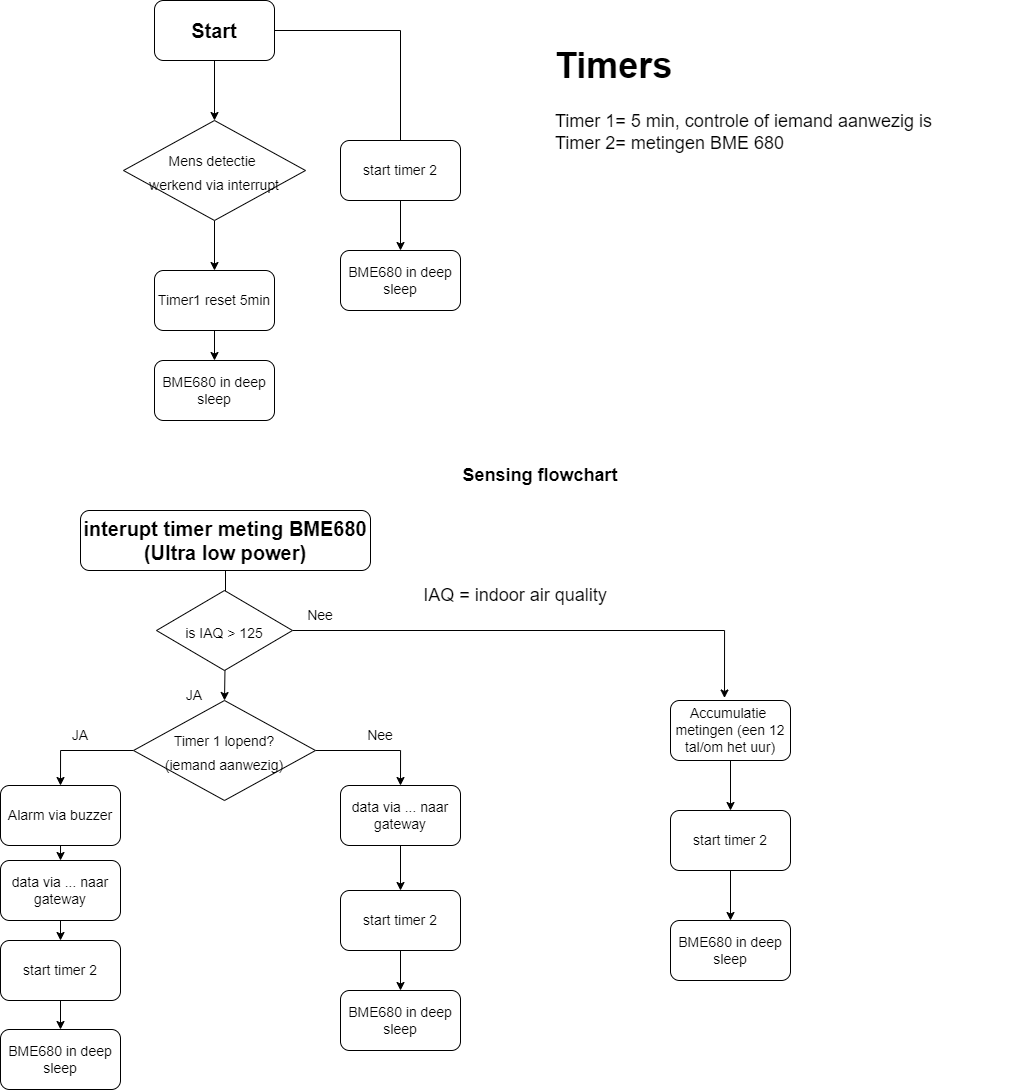
Earlier version of the draw.io export Untitled Diagram.drawio.png (IOT-Clean-Air/verslag). Source tidied: cells renumbered, new cells last; positions are measured from the earlier drawing's top-left corner, leaving out a move shared by most shapes.
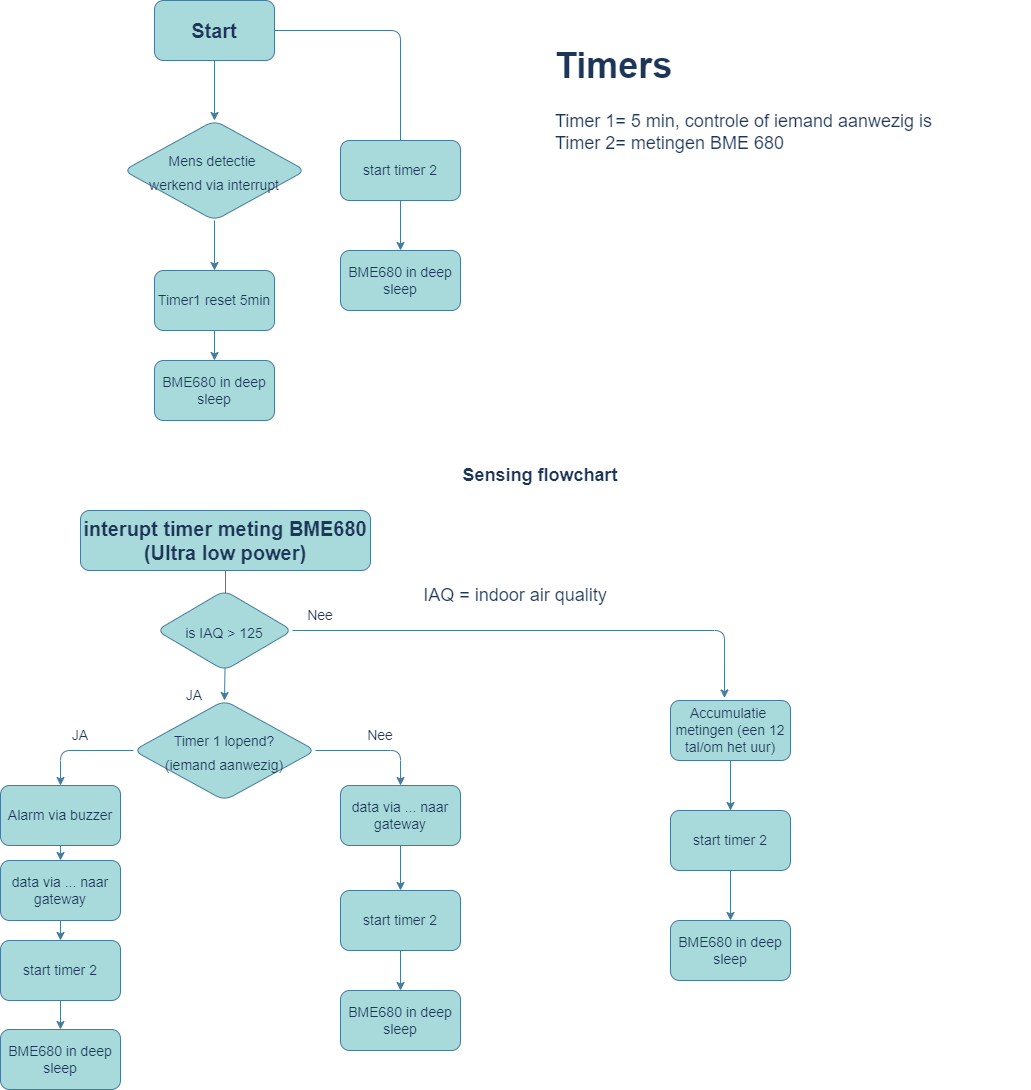
After the change.

Diff of the diagram source:
```diff
@@ -1,11 +1,11 @@
-<mxGraphModel>
+<mxGraphModel background="#FFFFFF">
   <root>
     <mxCell id="0" />
     <mxCell id="1" parent="0" />
-    <mxCell id="2" style="edgeStyle=orthogonalEdgeStyle;rounded=0;jettySize=auto;html=1;entryX=0.5;entryY=0;entryDx=0;entryDy=0;fontSize=14;" parent="1" edge="1" source="4" target="6">
+    <mxCell id="2" style="edgeStyle=orthogonalEdgeStyle;rounded=1;jettySize=auto;html=1;entryX=0.5;entryY=0;entryDx=0;entryDy=0;fontSize=14;labelBackgroundColor=#F1FAEE;strokeColor=#457B9D;fontColor=#1D3557;" parent="1" edge="1" source="4" target="6">
       <mxGeometry relative="1" as="geometry" />
     </mxCell>
-    <mxCell id="3" style="edgeStyle=none;rounded=0;jettySize=auto;html=1;" parent="1" edge="1" source="4">
+    <mxCell id="3" style="edgeStyle=none;rounded=1;jettySize=auto;html=1;labelBackgroundColor=#F1FAEE;strokeColor=#457B9D;fontColor=#1D3557;" parent="1" edge="1" source="4">
       <mxGeometry relative="1" as="geometry">
         <mxPoint x="400" y="190" as="targetPoint" />
         <Array as="points">
@@ -13,34 +13,34 @@
         </Array>
       </mxGeometry>
     </mxCell>
-    <mxCell id="4" value="&lt;b&gt;&lt;font style=&quot;font-size: 20px&quot;&gt;Start&lt;/font&gt;&lt;/b&gt;" style="rounded=1;whiteSpace=wrap;html=1;" parent="1" vertex="1">
+    <mxCell id="4" value="&lt;b&gt;&lt;font style=&quot;font-size: 20px&quot;&gt;Start&lt;/font&gt;&lt;/b&gt;" style="rounded=1;whiteSpace=wrap;html=1;fillColor=#A8DADC;strokeColor=#457B9D;fontColor=#1D3557;" parent="1" vertex="1">
       <mxGeometry x="154" width="120" height="60" as="geometry" />
     </mxCell>
-    <mxCell id="5" style="edgeStyle=orthogonalEdgeStyle;rounded=0;jettySize=auto;html=1;entryX=0.5;entryY=0;entryDx=0;entryDy=0;fontSize=14;" parent="1" edge="1" source="6" target="8">
+    <mxCell id="5" style="edgeStyle=orthogonalEdgeStyle;rounded=1;jettySize=auto;html=1;entryX=0.5;entryY=0;entryDx=0;entryDy=0;fontSize=14;labelBackgroundColor=#F1FAEE;strokeColor=#457B9D;fontColor=#1D3557;" parent="1" edge="1" source="6" target="8">
       <mxGeometry relative="1" as="geometry" />
     </mxCell>
-    <mxCell id="6" value="&lt;font style=&quot;font-size: 14px&quot;&gt;Mens detectie &lt;br&gt;werkend via interrupt&lt;/font&gt;" style="rhombus;whiteSpace=wrap;html=1;fontSize=20;" parent="1" vertex="1">
+    <mxCell id="6" value="&lt;font style=&quot;font-size: 14px&quot;&gt;Mens detectie &lt;br&gt;werkend via interrupt&lt;/font&gt;" style="rhombus;whiteSpace=wrap;html=1;fontSize=20;rounded=1;fillColor=#A8DADC;strokeColor=#457B9D;fontColor=#1D3557;" parent="1" vertex="1">
       <mxGeometry x="123" y="120" width="182" height="100" as="geometry" />
     </mxCell>
-    <mxCell id="7" style="edgeStyle=none;rounded=0;jettySize=auto;html=1;" parent="1" edge="1" source="8" target="37">
+    <mxCell id="7" style="edgeStyle=none;rounded=1;jettySize=auto;html=1;labelBackgroundColor=#F1FAEE;strokeColor=#457B9D;fontColor=#1D3557;" parent="1" edge="1" source="8" target="37">
       <mxGeometry relative="1" as="geometry" />
     </mxCell>
-    <mxCell id="8" value="Timer1 reset 5min" style="rounded=1;whiteSpace=wrap;html=1;fontSize=14;" parent="1" vertex="1">
+    <mxCell id="8" value="Timer1 reset 5min" style="rounded=1;whiteSpace=wrap;html=1;fontSize=14;fillColor=#A8DADC;strokeColor=#457B9D;fontColor=#1D3557;" parent="1" vertex="1">
       <mxGeometry x="154" y="270" width="120" height="60" as="geometry" />
     </mxCell>
-    <mxCell id="9" value="BME680 in deep sleep" style="rounded=1;whiteSpace=wrap;html=1;fontSize=14;" parent="1" vertex="1">
+    <mxCell id="9" value="BME680 in deep sleep" style="rounded=1;whiteSpace=wrap;html=1;fontSize=14;fillColor=#A8DADC;strokeColor=#457B9D;fontColor=#1D3557;" parent="1" vertex="1">
       <mxGeometry y="1029" width="120" height="60" as="geometry" />
     </mxCell>
-    <mxCell id="10" value="&lt;b&gt;&lt;font style=&quot;font-size: 18px&quot;&gt;Sensing flowchart&lt;/font&gt;&lt;/b&gt;" style="text;html=1;strokeColor=none;fillColor=none;align=center;verticalAlign=middle;whiteSpace=wrap;rounded=0;fontSize=14;" parent="1" vertex="1">
+    <mxCell id="10" value="&lt;b&gt;&lt;font style=&quot;font-size: 18px&quot;&gt;Sensing flowchart&lt;/font&gt;&lt;/b&gt;" style="text;html=1;strokeColor=none;fillColor=none;align=center;verticalAlign=middle;whiteSpace=wrap;rounded=1;fontSize=14;fontColor=#1D3557;" parent="1" vertex="1">
       <mxGeometry x="430" y="460" width="220" height="30" as="geometry" />
     </mxCell>
-    <mxCell id="11" style="edgeStyle=orthogonalEdgeStyle;rounded=0;jettySize=auto;html=1;entryX=0.5;entryY=0;entryDx=0;entryDy=0;fontSize=18;" parent="1" edge="1" source="12" target="15">
+    <mxCell id="11" style="edgeStyle=orthogonalEdgeStyle;rounded=1;jettySize=auto;html=1;entryX=0.5;entryY=0;entryDx=0;entryDy=0;fontSize=18;labelBackgroundColor=#F1FAEE;strokeColor=#457B9D;fontColor=#1D3557;" parent="1" edge="1" source="12" target="15">
       <mxGeometry relative="1" as="geometry" />
     </mxCell>
-    <mxCell id="12" value="&lt;b&gt;&lt;font style=&quot;font-size: 20px&quot;&gt;interupt timer meting BME680 (Ultra low power)&lt;br&gt;&lt;/font&gt;&lt;/b&gt;" style="rounded=1;whiteSpace=wrap;html=1;" parent="1" vertex="1">
+    <mxCell id="12" value="&lt;b&gt;&lt;font style=&quot;font-size: 20px&quot;&gt;interupt timer meting BME680 (Ultra low power)&lt;br&gt;&lt;/font&gt;&lt;/b&gt;" style="rounded=1;whiteSpace=wrap;html=1;fillColor=#A8DADC;strokeColor=#457B9D;fontColor=#1D3557;" parent="1" vertex="1">
       <mxGeometry x="80" y="510" width="290" height="60" as="geometry" />
     </mxCell>
-    <mxCell id="13" style="edgeStyle=orthogonalEdgeStyle;rounded=0;jettySize=auto;html=1;entryX=0.5;entryY=0;entryDx=0;entryDy=0;fontSize=14;" parent="1" edge="1" source="15">
+    <mxCell id="13" style="edgeStyle=orthogonalEdgeStyle;rounded=1;jettySize=auto;html=1;entryX=0.5;entryY=0;entryDx=0;entryDy=0;fontSize=14;labelBackgroundColor=#F1FAEE;strokeColor=#457B9D;fontColor=#1D3557;" parent="1" edge="1" source="15">
       <mxGeometry relative="1" as="geometry">
         <mxPoint x="60" y="785" as="targetPoint" />
         <Array as="points">
@@ -48,98 +48,98 @@
         </Array>
       </mxGeometry>
     </mxCell>
-    <mxCell id="14" style="edgeStyle=orthogonalEdgeStyle;rounded=0;jettySize=auto;html=1;entryX=0.5;entryY=0;entryDx=0;entryDy=0;fontSize=18;" parent="1" edge="1" source="15" target="26">
+    <mxCell id="14" style="edgeStyle=orthogonalEdgeStyle;rounded=1;jettySize=auto;html=1;entryX=0.5;entryY=0;entryDx=0;entryDy=0;fontSize=18;labelBackgroundColor=#F1FAEE;strokeColor=#457B9D;fontColor=#1D3557;" parent="1" edge="1" source="15" target="26">
       <mxGeometry relative="1" as="geometry" />
     </mxCell>
-    <mxCell id="15" value="&lt;font style=&quot;font-size: 14px&quot;&gt;Timer 1 lopend?&lt;br&gt;(iemand aanwezig)&lt;br&gt;&lt;/font&gt;" style="rhombus;whiteSpace=wrap;html=1;fontSize=20;" parent="1" vertex="1">
+    <mxCell id="15" value="&lt;font style=&quot;font-size: 14px&quot;&gt;Timer 1 lopend?&lt;br&gt;(iemand aanwezig)&lt;br&gt;&lt;/font&gt;" style="rhombus;whiteSpace=wrap;html=1;fontSize=20;rounded=1;fillColor=#A8DADC;strokeColor=#457B9D;fontColor=#1D3557;" parent="1" vertex="1">
       <mxGeometry x="133" y="700" width="182" height="100" as="geometry" />
     </mxCell>
-    <mxCell id="16" style="edgeStyle=none;rounded=0;jettySize=auto;html=1;exitX=0.5;exitY=1;exitDx=0;exitDy=0;entryX=0.5;entryY=0;entryDx=0;entryDy=0;" parent="1" edge="1" source="17" target="43">
+    <mxCell id="16" style="edgeStyle=none;rounded=1;jettySize=auto;html=1;exitX=0.5;exitY=1;exitDx=0;exitDy=0;entryX=0.5;entryY=0;entryDx=0;entryDy=0;labelBackgroundColor=#F1FAEE;strokeColor=#457B9D;fontColor=#1D3557;" parent="1" edge="1" source="17" target="43">
       <mxGeometry relative="1" as="geometry" />
     </mxCell>
-    <mxCell id="17" value="data via ... naar gateway" style="rounded=1;whiteSpace=wrap;html=1;fontSize=14;" parent="1" vertex="1">
+    <mxCell id="17" value="data via ... naar gateway" style="rounded=1;whiteSpace=wrap;html=1;fontSize=14;fillColor=#A8DADC;strokeColor=#457B9D;fontColor=#1D3557;" parent="1" vertex="1">
       <mxGeometry y="860" width="120" height="60" as="geometry" />
     </mxCell>
-    <mxCell id="18" value="JA" style="text;html=1;strokeColor=none;fillColor=none;align=center;verticalAlign=middle;whiteSpace=wrap;rounded=0;fontSize=14;" parent="1" vertex="1">
+    <mxCell id="18" value="JA" style="text;html=1;strokeColor=none;fillColor=none;align=center;verticalAlign=middle;whiteSpace=wrap;rounded=1;fontSize=14;fontColor=#1D3557;" parent="1" vertex="1">
       <mxGeometry x="50" y="720" width="60" height="30" as="geometry" />
     </mxCell>
-    <mxCell id="19" value="Nee" style="text;html=1;strokeColor=none;fillColor=none;align=center;verticalAlign=middle;whiteSpace=wrap;rounded=0;fontSize=14;" parent="1" vertex="1">
+    <mxCell id="19" value="Nee" style="text;html=1;strokeColor=none;fillColor=none;align=center;verticalAlign=middle;whiteSpace=wrap;rounded=1;fontSize=14;fontColor=#1D3557;" parent="1" vertex="1">
       <mxGeometry x="350" y="720" width="60" height="30" as="geometry" />
     </mxCell>
-    <mxCell id="20" style="edgeStyle=orthogonalEdgeStyle;rounded=0;jettySize=auto;html=1;entryX=0.5;entryY=0;entryDx=0;entryDy=0;fontSize=14;" parent="1" edge="1" target="17">
+    <mxCell id="20" style="edgeStyle=orthogonalEdgeStyle;rounded=1;jettySize=auto;html=1;entryX=0.5;entryY=0;entryDx=0;entryDy=0;fontSize=14;labelBackgroundColor=#F1FAEE;strokeColor=#457B9D;fontColor=#1D3557;" parent="1" edge="1" target="17">
       <mxGeometry relative="1" as="geometry">
         <mxPoint x="60" y="845" as="sourcePoint" />
       </mxGeometry>
     </mxCell>
-    <mxCell id="21" style="edgeStyle=orthogonalEdgeStyle;rounded=0;jettySize=auto;html=1;entryX=0.5;entryY=0;entryDx=0;entryDy=0;fontSize=18;" parent="1" edge="1" source="22">
+    <mxCell id="21" style="edgeStyle=orthogonalEdgeStyle;rounded=1;jettySize=auto;html=1;entryX=0.5;entryY=0;entryDx=0;entryDy=0;fontSize=18;labelBackgroundColor=#F1FAEE;strokeColor=#457B9D;fontColor=#1D3557;" parent="1" edge="1" source="22">
       <mxGeometry relative="1" as="geometry">
         <mxPoint x="724" y="697.5" as="targetPoint" />
       </mxGeometry>
     </mxCell>
-    <mxCell id="22" value="&lt;font style=&quot;font-size: 14px&quot;&gt;is IAQ &amp;gt; 125&lt;/font&gt;" style="rhombus;whiteSpace=wrap;html=1;fontSize=20;" parent="1" vertex="1">
+    <mxCell id="22" value="&lt;font style=&quot;font-size: 14px&quot;&gt;is IAQ &amp;gt; 125&lt;/font&gt;" style="rhombus;whiteSpace=wrap;html=1;fontSize=20;rounded=1;fillColor=#A8DADC;strokeColor=#457B9D;fontColor=#1D3557;" parent="1" vertex="1">
       <mxGeometry x="156" y="590" width="136" height="80" as="geometry" />
     </mxCell>
-    <mxCell id="23" value="JA" style="text;html=1;strokeColor=none;fillColor=none;align=center;verticalAlign=middle;whiteSpace=wrap;rounded=0;fontSize=14;" parent="1" vertex="1">
+    <mxCell id="23" value="JA" style="text;html=1;strokeColor=none;fillColor=none;align=center;verticalAlign=middle;whiteSpace=wrap;rounded=1;fontSize=14;fontColor=#1D3557;" parent="1" vertex="1">
       <mxGeometry x="164" y="680" width="60" height="30" as="geometry" />
     </mxCell>
-    <mxCell id="24" value="Alarm via buzzer" style="rounded=1;whiteSpace=wrap;html=1;fontSize=14;" parent="1" vertex="1">
+    <mxCell id="24" value="Alarm via buzzer" style="rounded=1;whiteSpace=wrap;html=1;fontSize=14;fillColor=#A8DADC;strokeColor=#457B9D;fontColor=#1D3557;" parent="1" vertex="1">
       <mxGeometry y="785" width="120" height="60" as="geometry" />
     </mxCell>
-    <mxCell id="25" style="edgeStyle=none;rounded=0;jettySize=auto;html=1;entryX=0.5;entryY=0;entryDx=0;entryDy=0;" parent="1" edge="1" source="26" target="41">
+    <mxCell id="25" style="edgeStyle=none;rounded=1;jettySize=auto;html=1;entryX=0.5;entryY=0;entryDx=0;entryDy=0;labelBackgroundColor=#F1FAEE;strokeColor=#457B9D;fontColor=#1D3557;" parent="1" edge="1" source="26" target="41">
       <mxGeometry relative="1" as="geometry" />
     </mxCell>
-    <mxCell id="26" value="data via ... naar gateway" style="rounded=1;whiteSpace=wrap;html=1;fontSize=14;" parent="1" vertex="1">
+    <mxCell id="26" value="data via ... naar gateway" style="rounded=1;whiteSpace=wrap;html=1;fontSize=14;fillColor=#A8DADC;strokeColor=#457B9D;fontColor=#1D3557;" parent="1" vertex="1">
       <mxGeometry x="340" y="785" width="120" height="60" as="geometry" />
     </mxCell>
-    <mxCell id="27" style="edgeStyle=none;rounded=0;jettySize=auto;html=1;" parent="1" edge="1" source="28" target="39">
+    <mxCell id="27" style="edgeStyle=none;rounded=1;jettySize=auto;html=1;labelBackgroundColor=#F1FAEE;strokeColor=#457B9D;fontColor=#1D3557;" parent="1" edge="1" source="28" target="39">
       <mxGeometry relative="1" as="geometry" />
     </mxCell>
-    <mxCell id="28" value="Accumulatie&amp;nbsp; metingen (een 12 tal/om het uur)" style="rounded=1;whiteSpace=wrap;html=1;fontSize=14;" parent="1" vertex="1">
+    <mxCell id="28" value="Accumulatie&amp;nbsp; metingen (een 12 tal/om het uur)" style="rounded=1;whiteSpace=wrap;html=1;fontSize=14;fillColor=#A8DADC;strokeColor=#457B9D;fontColor=#1D3557;" parent="1" vertex="1">
       <mxGeometry x="670" y="700" width="120" height="60" as="geometry" />
     </mxCell>
-    <mxCell id="29" value="Nee" style="text;html=1;strokeColor=none;fillColor=none;align=center;verticalAlign=middle;whiteSpace=wrap;rounded=0;fontSize=14;" parent="1" vertex="1">
+    <mxCell id="29" value="Nee" style="text;html=1;strokeColor=none;fillColor=none;align=center;verticalAlign=middle;whiteSpace=wrap;rounded=1;fontSize=14;fontColor=#1D3557;" parent="1" vertex="1">
       <mxGeometry x="290" y="600" width="60" height="30" as="geometry" />
     </mxCell>
-    <mxCell id="30" value="&lt;h1&gt;&lt;span&gt;Timers&amp;nbsp;&lt;/span&gt;&lt;br&gt;&lt;/h1&gt;&lt;div&gt;&lt;span&gt;Timer 1= 5 min, controle of iemand aanwezig is&lt;/span&gt;&lt;/div&gt;&lt;div&gt;&lt;span&gt;Timer 2= metingen BME 680&lt;/span&gt;&lt;br&gt;&lt;/div&gt;" style="text;html=1;strokeColor=none;fillColor=none;spacing=5;spacingTop=-20;whiteSpace=wrap;overflow=hidden;rounded=0;fontSize=18;" parent="1" vertex="1">
+    <mxCell id="30" value="&lt;h1&gt;&lt;span&gt;Timers&amp;nbsp;&lt;/span&gt;&lt;br&gt;&lt;/h1&gt;&lt;div&gt;&lt;span&gt;Timer 1= 5 min, controle of iemand aanwezig is&lt;/span&gt;&lt;/div&gt;&lt;div&gt;&lt;span&gt;Timer 2= metingen BME 680&lt;/span&gt;&lt;br&gt;&lt;/div&gt;" style="text;html=1;strokeColor=none;fillColor=none;spacing=5;spacingTop=-20;whiteSpace=wrap;overflow=hidden;rounded=1;fontSize=18;fontColor=#1D3557;" parent="1" vertex="1">
       <mxGeometry x="550" y="30" width="479" height="150" as="geometry" />
     </mxCell>
-    <mxCell id="31" value="IAQ = indoor air quality" style="text;html=1;strokeColor=none;fillColor=none;align=center;verticalAlign=middle;whiteSpace=wrap;rounded=0;fontSize=18;" parent="1" vertex="1">
+    <mxCell id="31" value="IAQ = indoor air quality" style="text;html=1;strokeColor=none;fillColor=none;align=center;verticalAlign=middle;whiteSpace=wrap;rounded=1;fontSize=18;fontColor=#1D3557;" parent="1" vertex="1">
       <mxGeometry x="410" y="580" width="210" height="30" as="geometry" />
     </mxCell>
-    <mxCell id="32" value="BME680 in deep sleep" style="rounded=1;whiteSpace=wrap;html=1;fontSize=14;" parent="1" vertex="1">
+    <mxCell id="32" value="BME680 in deep sleep" style="rounded=1;whiteSpace=wrap;html=1;fontSize=14;fillColor=#A8DADC;strokeColor=#457B9D;fontColor=#1D3557;" parent="1" vertex="1">
       <mxGeometry x="340" y="990" width="120" height="60" as="geometry" />
     </mxCell>
-    <mxCell id="33" value="BME680 in deep sleep" style="rounded=1;whiteSpace=wrap;html=1;fontSize=14;" parent="1" vertex="1">
+    <mxCell id="33" value="BME680 in deep sleep" style="rounded=1;whiteSpace=wrap;html=1;fontSize=14;fillColor=#A8DADC;strokeColor=#457B9D;fontColor=#1D3557;" parent="1" vertex="1">
       <mxGeometry x="670" y="920" width="120" height="60" as="geometry" />
     </mxCell>
-    <mxCell id="34" style="edgeStyle=none;rounded=0;jettySize=auto;html=1;" parent="1" edge="1" source="35" target="36">
+    <mxCell id="34" style="edgeStyle=none;rounded=1;jettySize=auto;html=1;labelBackgroundColor=#F1FAEE;strokeColor=#457B9D;fontColor=#1D3557;" parent="1" edge="1" source="35" target="36">
       <mxGeometry relative="1" as="geometry" />
     </mxCell>
-    <mxCell id="35" value="start timer 2" style="rounded=1;whiteSpace=wrap;html=1;fontSize=14;" parent="1" vertex="1">
+    <mxCell id="35" value="start timer 2" style="rounded=1;whiteSpace=wrap;html=1;fontSize=14;fillColor=#A8DADC;strokeColor=#457B9D;fontColor=#1D3557;" parent="1" vertex="1">
       <mxGeometry x="340" y="140" width="120" height="60" as="geometry" />
     </mxCell>
-    <mxCell id="36" value="BME680 in deep sleep" style="rounded=1;whiteSpace=wrap;html=1;fontSize=14;" parent="1" vertex="1">
+    <mxCell id="36" value="BME680 in deep sleep" style="rounded=1;whiteSpace=wrap;html=1;fontSize=14;fillColor=#A8DADC;strokeColor=#457B9D;fontColor=#1D3557;" parent="1" vertex="1">
       <mxGeometry x="340" y="250" width="120" height="60" as="geometry" />
     </mxCell>
-    <mxCell id="37" value="BME680 in deep sleep" style="rounded=1;whiteSpace=wrap;html=1;fontSize=14;" parent="1" vertex="1">
+    <mxCell id="37" value="BME680 in deep sleep" style="rounded=1;whiteSpace=wrap;html=1;fontSize=14;fillColor=#A8DADC;strokeColor=#457B9D;fontColor=#1D3557;" parent="1" vertex="1">
       <mxGeometry x="154" y="360" width="120" height="60" as="geometry" />
     </mxCell>
-    <mxCell id="38" style="edgeStyle=none;rounded=0;jettySize=auto;html=1;" parent="1" edge="1" source="39" target="33">
+    <mxCell id="38" style="edgeStyle=none;rounded=1;jettySize=auto;html=1;labelBackgroundColor=#F1FAEE;strokeColor=#457B9D;fontColor=#1D3557;" parent="1" edge="1" source="39" target="33">
       <mxGeometry relative="1" as="geometry" />
     </mxCell>
-    <mxCell id="39" value="start timer 2" style="rounded=1;whiteSpace=wrap;html=1;fontSize=14;" parent="1" vertex="1">
+    <mxCell id="39" value="start timer 2" style="rounded=1;whiteSpace=wrap;html=1;fontSize=14;fillColor=#A8DADC;strokeColor=#457B9D;fontColor=#1D3557;" parent="1" vertex="1">
       <mxGeometry x="670" y="810" width="120" height="60" as="geometry" />
     </mxCell>
-    <mxCell id="40" style="edgeStyle=none;rounded=0;jettySize=auto;html=1;entryX=0.5;entryY=0;entryDx=0;entryDy=0;" parent="1" edge="1" source="41" target="32">
+    <mxCell id="40" style="edgeStyle=none;rounded=1;jettySize=auto;html=1;entryX=0.5;entryY=0;entryDx=0;entryDy=0;labelBackgroundColor=#F1FAEE;strokeColor=#457B9D;fontColor=#1D3557;" parent="1" edge="1" source="41" target="32">
       <mxGeometry relative="1" as="geometry" />
     </mxCell>
-    <mxCell id="41" value="start timer 2" style="rounded=1;whiteSpace=wrap;html=1;fontSize=14;" parent="1" vertex="1">
+    <mxCell id="41" value="start timer 2" style="rounded=1;whiteSpace=wrap;html=1;fontSize=14;fillColor=#A8DADC;strokeColor=#457B9D;fontColor=#1D3557;" parent="1" vertex="1">
       <mxGeometry x="340" y="890" width="120" height="60" as="geometry" />
     </mxCell>
-    <mxCell id="42" style="edgeStyle=none;rounded=0;jettySize=auto;html=1;exitX=0.5;exitY=1;exitDx=0;exitDy=0;entryX=0.5;entryY=0;entryDx=0;entryDy=0;" parent="1" edge="1" source="43" target="9">
+    <mxCell id="42" style="edgeStyle=none;rounded=1;jettySize=auto;html=1;exitX=0.5;exitY=1;exitDx=0;exitDy=0;entryX=0.5;entryY=0;entryDx=0;entryDy=0;labelBackgroundColor=#F1FAEE;strokeColor=#457B9D;fontColor=#1D3557;" parent="1" edge="1" source="43" target="9">
       <mxGeometry relative="1" as="geometry" />
     </mxCell>
-    <mxCell id="43" value="start timer 2" style="rounded=1;whiteSpace=wrap;html=1;fontSize=14;" parent="1" vertex="1">
+    <mxCell id="43" value="start timer 2" style="rounded=1;whiteSpace=wrap;html=1;fontSize=14;fillColor=#A8DADC;strokeColor=#457B9D;fontColor=#1D3557;" parent="1" vertex="1">
       <mxGeometry y="940" width="120" height="60" as="geometry" />
     </mxCell>
   </root>
```
